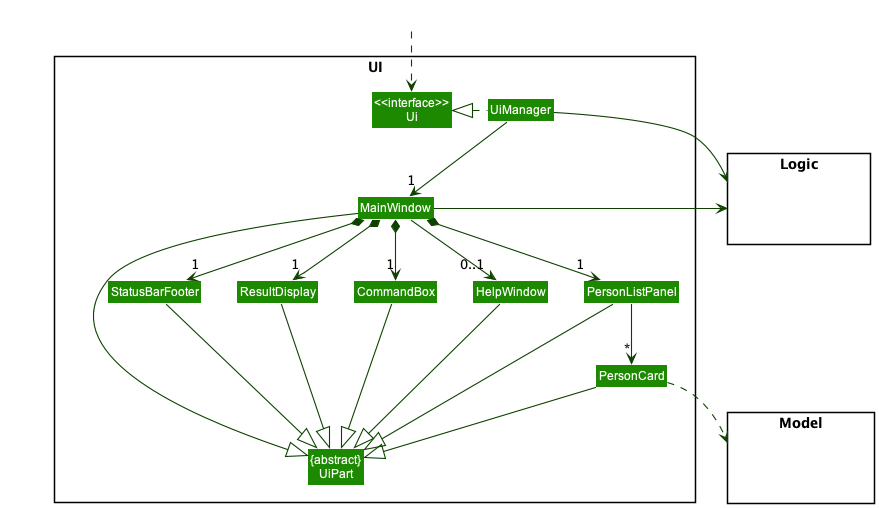
This is docs/images/UiClassDiagram.png from nus-cs2103-AY2223S1/tp, a PlantUML export, as it was before one commit.
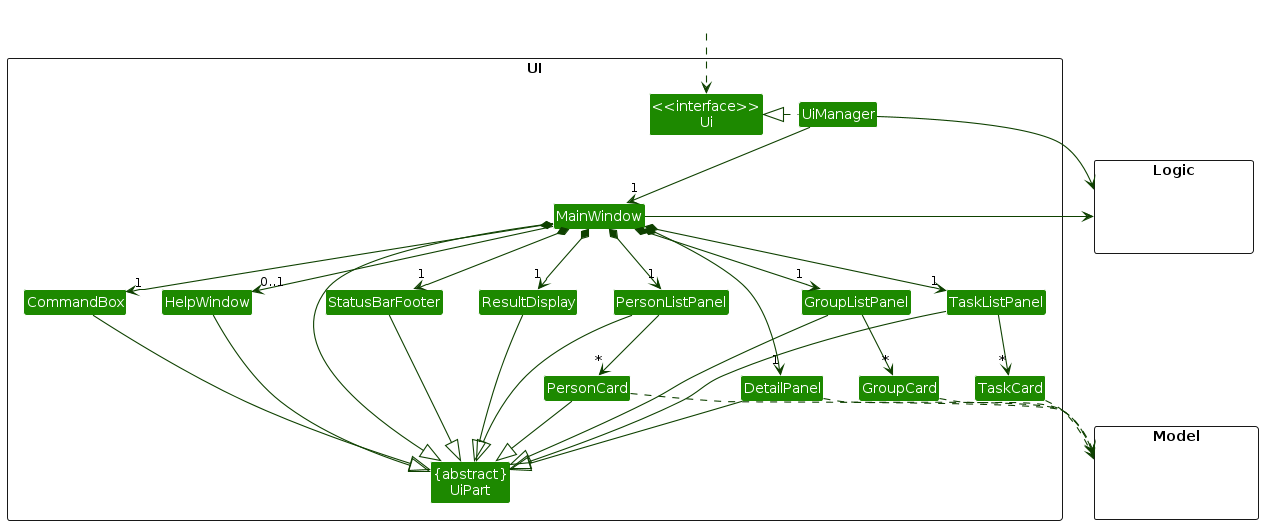
The same file after the commit.

Commit message:
Update UI Class Diagram

The edit, as a diff of the source:
```diff
@@ -9,12 +9,19 @@
 Class "{abstract}\nUiPart" as UiPart
 Class UiManager
 Class MainWindow
+Class DetailPanel
 Class HelpWindow
 Class ResultDisplay
-Class PersonListPanel
-Class PersonCard
 Class StatusBarFooter
 Class CommandBox
+
+Class PersonListPanel
+Class GroupListPanel
+Class TaskListPanel
+
+Class PersonCard
+Class GroupCard
+Class TaskCard
 }
 
 package Model <<Rectangle>> {
@@ -33,21 +40,32 @@
 MainWindow *-down->  "1" CommandBox
 MainWindow *-down-> "1" ResultDisplay
 MainWindow *-down-> "1" PersonListPanel
+MainWindow *-down-> "1" TaskListPanel
+MainWindow *-down-> "1" GroupListPanel
 MainWindow *-down-> "1" StatusBarFooter
+MainWindow *-down-> "1" DetailPanel
 MainWindow --> "0..1" HelpWindow
 
 PersonListPanel -down-> "*" PersonCard
+TaskListPanel -down-> "*" TaskCard
+GroupListPanel -down-> "*" GroupCard
 
 MainWindow -left-|> UiPart
 
+TaskListPanel --|> UiPart
+GroupListPanel --|> UiPart
 ResultDisplay --|> UiPart
 CommandBox --|> UiPart
 PersonListPanel --|> UiPart
 PersonCard --|> UiPart
 StatusBarFooter --|> UiPart
 HelpWindow --|> UiPart
+DetailPanel --|> UiPart
 
 PersonCard ..> Model
+TaskCard ..> Model
+GroupCard ..> Model
+DetailPanel ..> Model
 UiManager -right-> Logic
 MainWindow -left-> Logic
 
```
